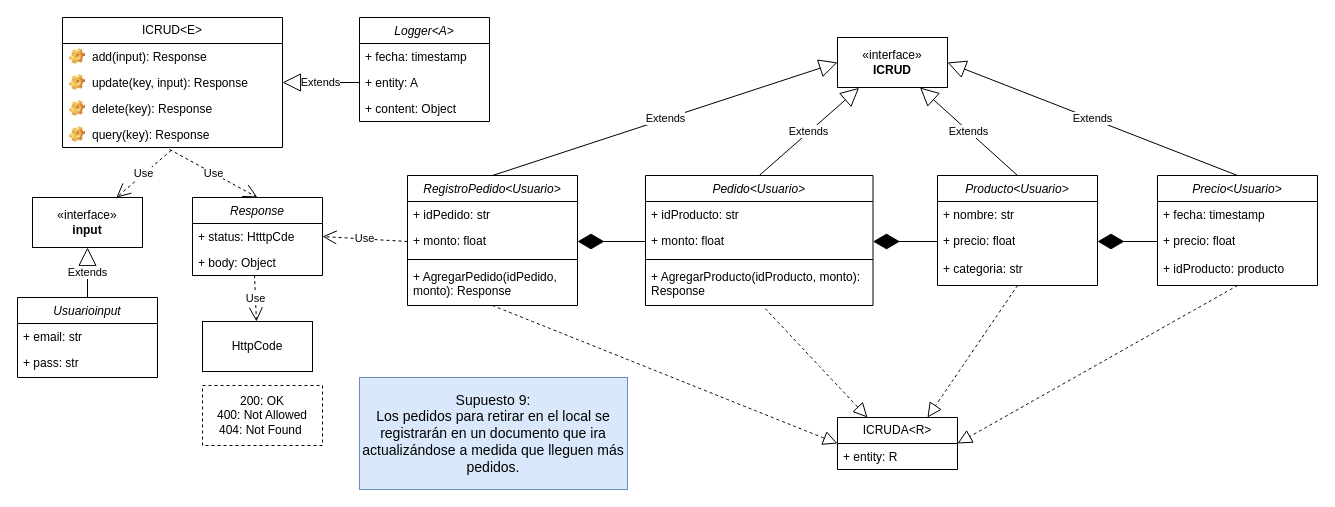
This is Front-End_Sprint/DiagramaSupuesto9.drawio from Giggin-html/dwm4, a draw.io file, before an edit. Source tidied: cells renumbered, new cells numbered last; positions are measured from the earlier drawing's top-left corner, leaving out a move shared by most shapes. Both pictures are drawn from the tidied source at 100%, with x=0, y=0 at pixel (17, 17).
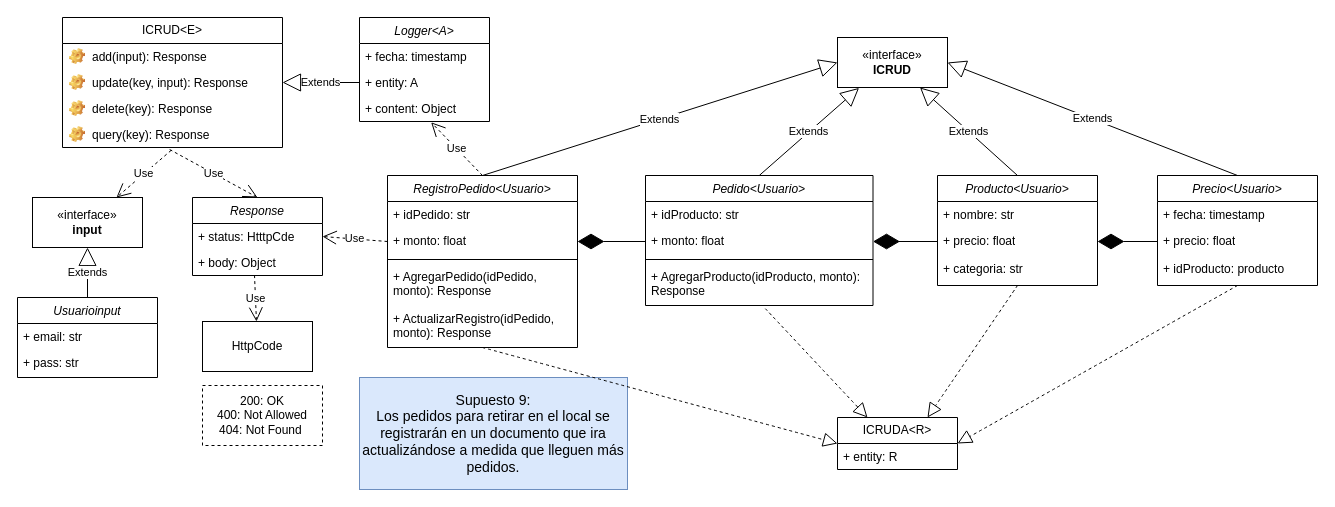
The same page after the edit.

The change refers to these unchanged cells:
```xml
<mxCell id="27" value="+ content: Object" style="text;strokeColor=none;fillColor=none;align=left;verticalAlign=top;spacingLeft=4;spacingRight=4;overflow=hidden;points=[[0,0.5],[1,0.5]];portConstraint=eastwest;whiteSpace=wrap;html=1;" parent="24" vertex="1">
  <mxGeometry y="78" width="130" height="26" as="geometry" />
</mxCell>
```

What changed in the source:
```diff
@@
     <mxCell id="49" value="RegistroPedido&lt;Usuario&gt;" style="swimlane;fontStyle=2;align=center;verticalAlign=top;horizontal=1;startSize=26;rounded=0;shadow=0;strokeWidth=1;" parent="1" vertex="1">
-      <mxGeometry x="390" y="158" width="170" height="130" as="geometry" />
+      <mxGeometry x="370" y="158" width="190" height="172" as="geometry" />
     </mxCell>
     <mxCell id="50" value="+ idPedido: str" style="text;strokeColor=none;fillColor=none;align=left;verticalAlign=top;spacingLeft=4;spacingRight=4;overflow=hidden;whiteSpace=wrap;html=1;" parent="49" vertex="1">
-      <mxGeometry y="26" width="170" height="26" as="geometry" />
+      <mxGeometry y="26" width="190" height="26" as="geometry" />
     </mxCell>
     <mxCell id="51" value="+ monto: float" style="text;strokeColor=none;fillColor=none;align=left;verticalAlign=top;spacingLeft=4;spacingRight=4;overflow=hidden;points=[[0,0.5],[1,0.5]];portConstraint=eastwest;whiteSpace=wrap;html=1;" parent="49" vertex="1">
-      <mxGeometry y="52" width="170" height="28" as="geometry" />
+      <mxGeometry y="52" width="190" height="28" as="geometry" />
     </mxCell>
     <mxCell id="52" style="line;html=1;strokeWidth=1;align=left;verticalAlign=middle;spacingTop=-1;spacingLeft=3;spacingRight=3;labelPosition=right;" parent="49" vertex="1">
-      <mxGeometry y="80" width="170" height="8" as="geometry" />
+      <mxGeometry y="80" width="190" height="8" as="geometry" />
     </mxCell>
     <mxCell id="53" value="+ AgregarPedido(idPedido, monto): Response" style="text;strokeColor=none;fillColor=none;align=left;verticalAlign=top;spacingLeft=4;spacingRight=4;overflow=hidden;whiteSpace=wrap;html=1;" parent="49" vertex="1">
-      <mxGeometry y="88" width="170" height="42" as="geometry" />
+      <mxGeometry y="88" width="190" height="42" as="geometry" />
     </mxCell>
+    <mxCell id="59" value="+ ActualizarRegistro(idPedido, monto): Response" style="text;strokeColor=none;fillColor=none;align=left;verticalAlign=top;spacingLeft=4;spacingRight=4;overflow=hidden;whiteSpace=wrap;html=1;" parent="49" vertex="1">
+      <mxGeometry y="130" width="190" height="42" as="geometry" />
+    </mxCell>
@@
+    <mxCell id="60" value="Use" style="endArrow=open;endSize=12;dashed=1;html=1;rounded=0;exitX=0.5;exitY=0;exitDx=0;exitDy=0;entryX=0.551;entryY=1.031;entryDx=0;entryDy=0;entryPerimeter=0;" parent="1" edge="1" source="49" target="27">
+      <mxGeometry relative="1" as="geometry" />
+    </mxCell>
```
